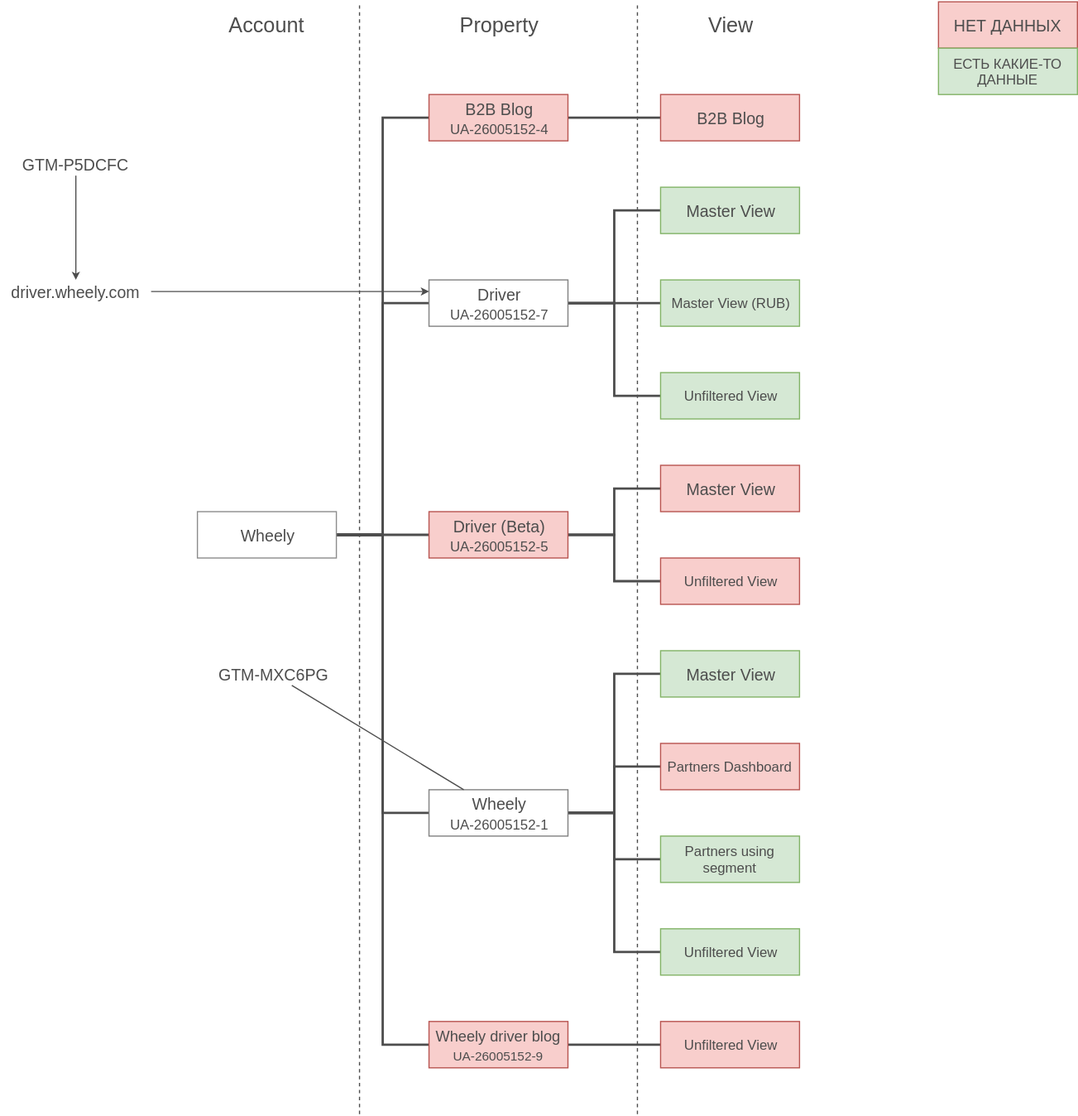
Above: ga.svg in ajile/draw-io (draw.io), before the change. Source tidied: cells renumbered, new cells last; positions are measured from the earlier drawing's top-left corner, leaving out a move shared by most shapes.
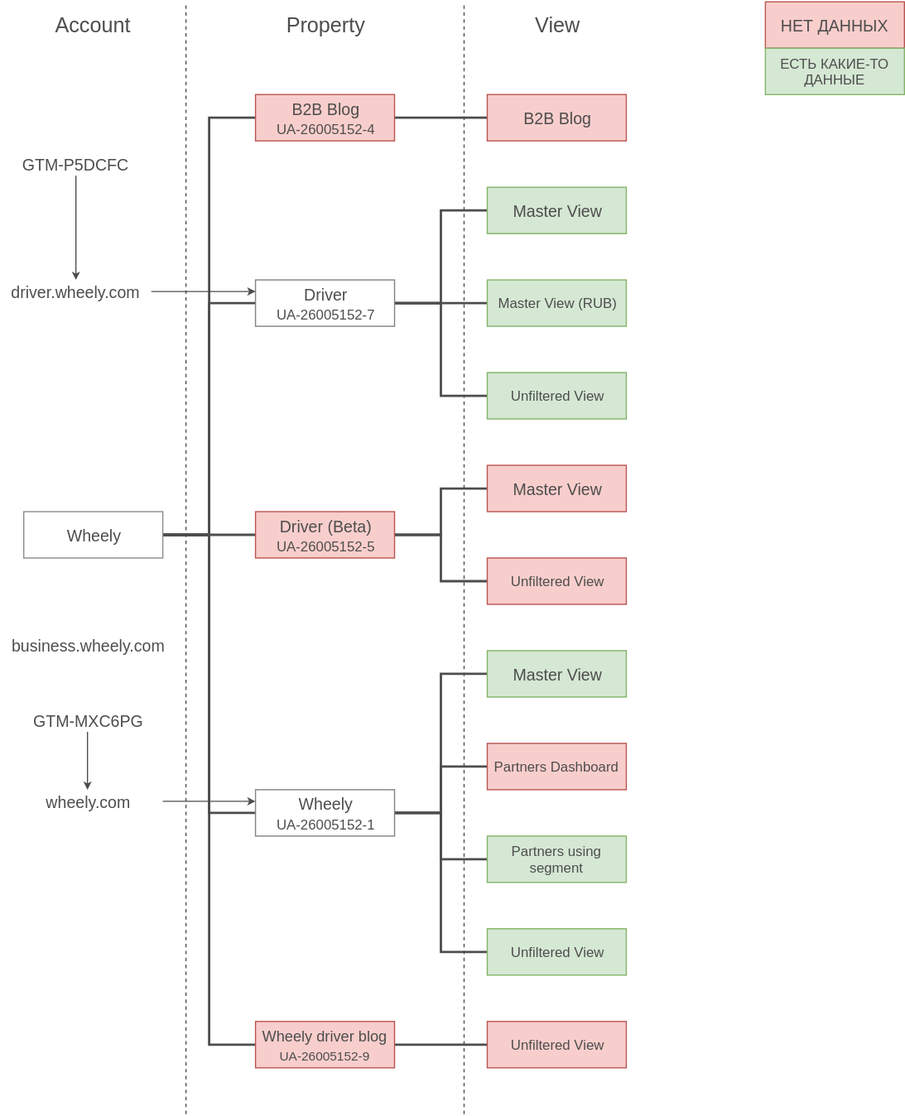
Later version of the same file.

The edit, as a diff of the source:
```diff
@@ -131,23 +131,32 @@
     <mxCell id="42" value="ЕСТЬ КАКИЕ-ТО ДАННЫЕ" style="rounded=0;whiteSpace=wrap;html=1;shadow=0;glass=0;labelBackgroundColor=none;strokeColor=#82b366;fillColor=#d5e8d4;fontSize=12;fontColor=#4D4D4D;align=center;" parent="1" vertex="1">
       <mxGeometry x="810" y="40" width="120" height="40" as="geometry" />
     </mxCell>
-    <mxCell id="43" style="rounded=0;html=1;entryX=0.25;entryY=0;startSize=4;endArrow=none;endFill=0;endSize=4;jettySize=auto;strokeColor=#4D4D4D;strokeWidth=1;fontSize=14;fontColor=#4D4D4D;" parent="1" edge="1" source="44" target="18">
-      <mxGeometry relative="1" as="geometry" />
-    </mxCell>
+    <mxCell id="49" style="edgeStyle=none;rounded=0;html=1;entryX=0.5;entryY=0;startSize=4;endArrow=classic;endFill=1;endSize=4;jettySize=auto;strokeColor=#4D4D4D;strokeWidth=1;fontSize=14;fontColor=#4D4D4D;" parent="1" edge="1" source="44" target="51">
+      <mxGeometry relative="1" as="geometry" />
+    </mxCell>
     <mxCell id="44" value="GTM-MXC6PG" style="text;html=1;strokeColor=none;fillColor=none;align=center;verticalAlign=middle;whiteSpace=wrap;rounded=0;shadow=0;glass=0;labelBackgroundColor=none;fontSize=14;fontColor=#4D4D4D;" parent="1" vertex="1">
-      <mxGeometry x="180" y="570" width="110" height="20" as="geometry" />
+      <mxGeometry x="170" y="610" width="110" height="20" as="geometry" />
     </mxCell>
     <mxCell id="45" style="edgeStyle=none;rounded=0;html=1;entryX=0.5;entryY=0;startSize=4;endArrow=classic;endFill=1;endSize=4;jettySize=auto;strokeColor=#4D4D4D;strokeWidth=1;fontSize=14;fontColor=#4D4D4D;exitX=0.5;exitY=1;" parent="1" edge="1" source="46" target="48">
       <mxGeometry relative="1" as="geometry" />
     </mxCell>
     <mxCell id="46" value="GTM-P5DCFC" style="text;html=1;strokeColor=none;fillColor=none;align=center;verticalAlign=middle;whiteSpace=wrap;rounded=0;shadow=0;glass=0;labelBackgroundColor=none;fontSize=14;fontColor=#4D4D4D;" parent="1" vertex="1">
-      <mxGeometry x="10" y="130" width="110" height="20" as="geometry" />
+      <mxGeometry x="160" y="130" width="110" height="20" as="geometry" />
     </mxCell>
     <mxCell id="47" style="edgeStyle=none;rounded=0;html=1;entryX=0;entryY=0.25;startSize=4;endArrow=classic;endFill=1;endSize=4;jettySize=auto;strokeColor=#4D4D4D;strokeWidth=1;fontSize=14;fontColor=#4D4D4D;" parent="1" edge="1" source="48" target="11">
       <mxGeometry relative="1" as="geometry" />
     </mxCell>
     <mxCell id="48" value="driver.wheely.com" style="text;html=1;strokeColor=none;fillColor=none;align=center;verticalAlign=middle;whiteSpace=wrap;rounded=0;shadow=0;glass=0;labelBackgroundColor=none;fontSize=14;fontColor=#4D4D4D;" parent="1" vertex="1">
-      <mxGeometry y="240" width="130" height="20" as="geometry" />
+      <mxGeometry x="150" y="240" width="130" height="20" as="geometry" />
     </mxCell>
+    <mxCell id="50" style="edgeStyle=none;rounded=0;html=1;entryX=0;entryY=0.25;startSize=4;endArrow=classic;endFill=1;endSize=4;jettySize=auto;strokeColor=#4D4D4D;strokeWidth=1;fontSize=14;fontColor=#4D4D4D;" parent="1" edge="1" source="51" target="18">
+      <mxGeometry relative="1" as="geometry" />
+    </mxCell>
+    <mxCell id="51" value="wheely.com" style="text;html=1;strokeColor=none;fillColor=none;align=center;verticalAlign=middle;whiteSpace=wrap;rounded=0;shadow=0;glass=0;labelBackgroundColor=none;fontSize=14;fontColor=#4D4D4D;" parent="1" vertex="1">
+      <mxGeometry x="160" y="680" width="130" height="20" as="geometry" />
+    </mxCell>
+    <mxCell id="52" value="business.wheely.com" style="text;html=1;strokeColor=none;fillColor=none;align=center;verticalAlign=middle;whiteSpace=wrap;rounded=0;shadow=0;glass=0;labelBackgroundColor=none;fontSize=14;fontColor=#4D4D4D;" parent="1" vertex="1">
+      <mxGeometry x="155" y="545" width="140" height="20" as="geometry" />
+    </mxCell>
   </root>
 </mxGraphModel>
```
